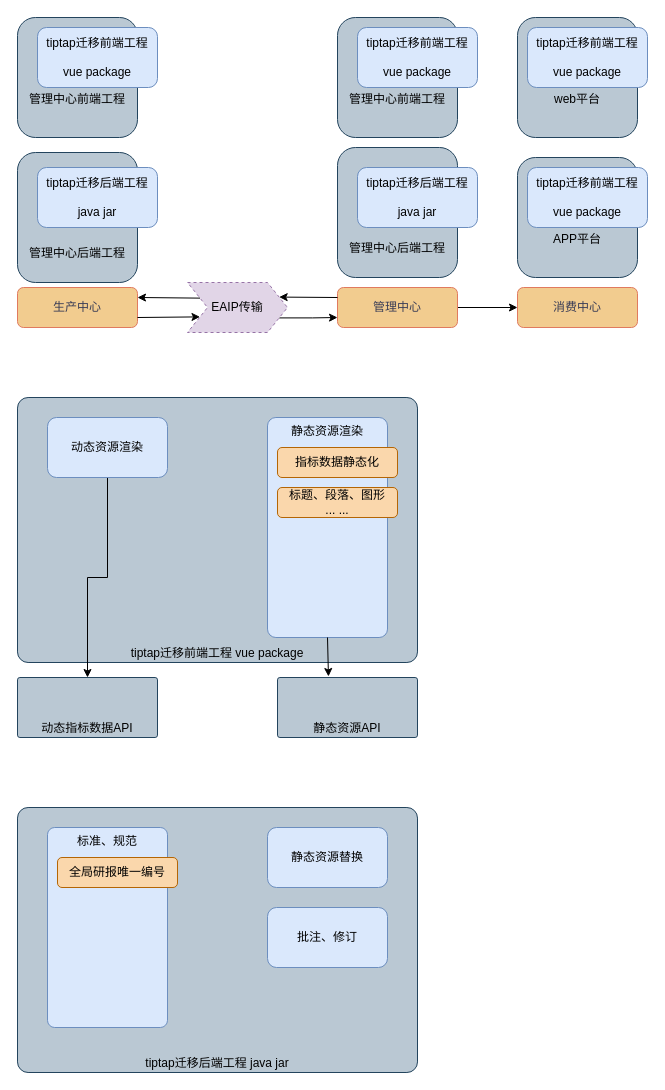
The draw.io diagram tiptapRendering-ALL.drawio in lance631/notes, before the edit. Source tidied: cells renumbered, new cells numbered last; positions are measured from the earlier drawing's top-left corner, leaving out a move shared by most shapes. Both pictures are drawn from the tidied source at 100%, with x=0, y=0 at pixel (17, 17).
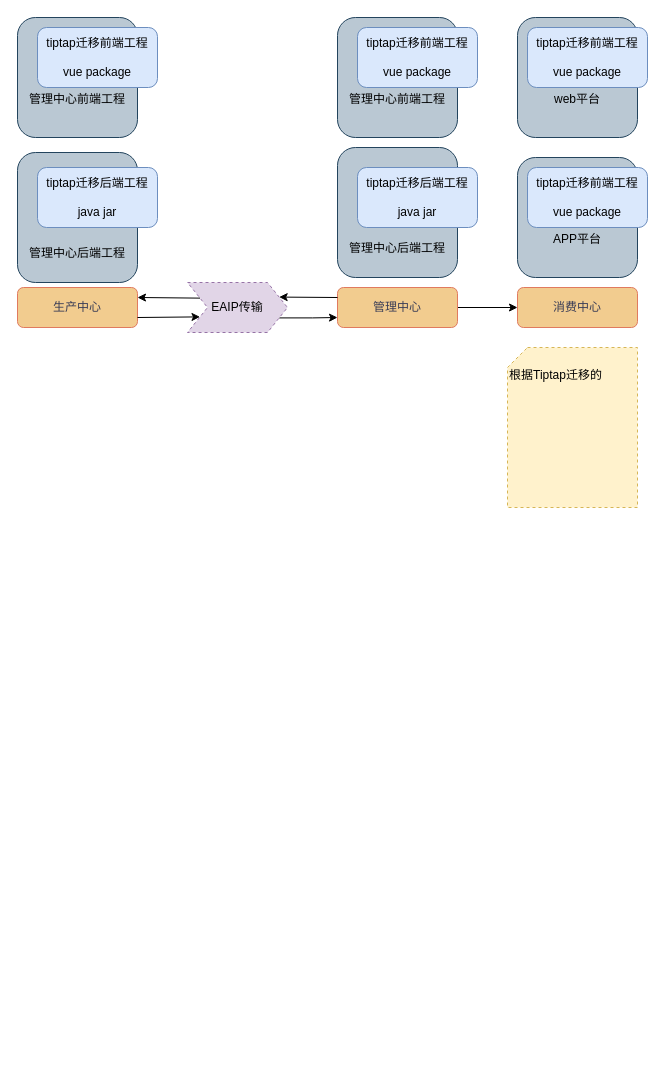
The same page after the edit.

What changed in the source:
```diff
@@
-    <mxCell id="23" value="tiptap迁移前端工程 vue package" style="rounded=1;whiteSpace=wrap;html=1;fillColor=#bac8d3;strokeColor=#23445d;verticalAlign=bottom;arcSize=4;" parent="1" vertex="1">
-      <mxGeometry y="380" width="400" height="265" as="geometry" />
-    </mxCell>
-    <mxCell id="24" style="edgeStyle=orthogonalEdgeStyle;rounded=0;jettySize=auto;html=1;exitX=0.5;exitY=1;exitDx=0;exitDy=0;" parent="1" edge="1" source="25" target="33">
-      <mxGeometry relative="1" as="geometry" />
-    </mxCell>
-    <mxCell id="25" value="动态资源渲染" style="rounded=1;whiteSpace=wrap;html=1;fillColor=#dae8fc;strokeColor=#6c8ebf;" parent="1" vertex="1">
-      <mxGeometry x="30" y="400" width="120" height="60" as="geometry" />
-    </mxCell>
-    <mxCell id="26" value="静态资源渲染" style="rounded=1;whiteSpace=wrap;html=1;fillColor=#dae8fc;strokeColor=#6c8ebf;arcSize=7;verticalAlign=top;" parent="1" vertex="1">
-      <mxGeometry x="250" y="400" width="120" height="220" as="geometry" />
-    </mxCell>
-    <mxCell id="27" value="tiptap迁移后端工程 java jar" style="rounded=1;whiteSpace=wrap;html=1;fillColor=#bac8d3;strokeColor=#23445d;verticalAlign=bottom;arcSize=4;" parent="1" vertex="1">
-      <mxGeometry y="790" width="400" height="265" as="geometry" />
-    </mxCell>
-    <mxCell id="28" value="标准、规范" style="rounded=1;whiteSpace=wrap;html=1;fillColor=#dae8fc;strokeColor=#6c8ebf;arcSize=6;verticalAlign=top;" parent="1" vertex="1">
-      <mxGeometry x="30" y="810" width="120" height="200" as="geometry" />
-    </mxCell>
-    <mxCell id="29" value="静态资源替换" style="rounded=1;whiteSpace=wrap;html=1;fillColor=#dae8fc;strokeColor=#6c8ebf;" parent="1" vertex="1">
-      <mxGeometry x="250" y="810" width="120" height="60" as="geometry" />
-    </mxCell>
-    <mxCell id="30" value="批注、修订" style="rounded=1;whiteSpace=wrap;html=1;fillColor=#dae8fc;strokeColor=#6c8ebf;" parent="1" vertex="1">
-      <mxGeometry x="250" y="890" width="120" height="60" as="geometry" />
-    </mxCell>
-    <mxCell id="31" value="全局研报唯一编号" style="rounded=1;whiteSpace=wrap;html=1;fillColor=#fad7ac;strokeColor=#b46504;" parent="1" vertex="1">
-      <mxGeometry x="40" y="840" width="120" height="30" as="geometry" />
-    </mxCell>
-    <mxCell id="32" value="标题、段落、图形 &lt;br&gt;... ..." style="rounded=1;whiteSpace=wrap;html=1;fillColor=#fad7ac;strokeColor=#b46504;" parent="1" vertex="1">
-      <mxGeometry x="260" y="470" width="120" height="30" as="geometry" />
-    </mxCell>
-    <mxCell id="33" value="动态指标数据API" style="rounded=1;whiteSpace=wrap;html=1;fillColor=#bac8d3;strokeColor=#23445d;verticalAlign=bottom;arcSize=4;" parent="1" vertex="1">
-      <mxGeometry y="660" width="140" height="60" as="geometry" />
-    </mxCell>
-    <mxCell id="34" value="静态资源API" style="rounded=1;whiteSpace=wrap;html=1;fillColor=#bac8d3;strokeColor=#23445d;verticalAlign=bottom;arcSize=4;" parent="1" vertex="1">
-      <mxGeometry x="260" y="660" width="140" height="60" as="geometry" />
-    </mxCell>
-    <mxCell id="35" value="指标数据静态化" style="rounded=1;whiteSpace=wrap;html=1;fillColor=#fad7ac;strokeColor=#b46504;" parent="1" vertex="1">
-      <mxGeometry x="260" y="430" width="120" height="30" as="geometry" />
-    </mxCell>
-    <mxCell id="36" style="endArrow=classic;html=1;rounded=0;exitX=0.5;exitY=1;exitDx=0;exitDy=0;entryX=0.364;entryY=-0.017;entryDx=0;entryDy=0;entryPerimeter=0;" parent="1" edge="1" source="26" target="34">
-      <mxGeometry relative="1" as="geometry" />
-    </mxCell>
+    <mxCell id="37" value="&lt;br&gt;根据Tiptap迁移的" style="shape=card;whiteSpace=wrap;html=1;dashed=1;size=20;fillColor=#fff2cc;strokeColor=#d6b656;verticalAlign=top;align=left;" parent="1" vertex="1">
+      <mxGeometry x="490" y="330" width="130" height="160" as="geometry" />
+    </mxCell>
```
